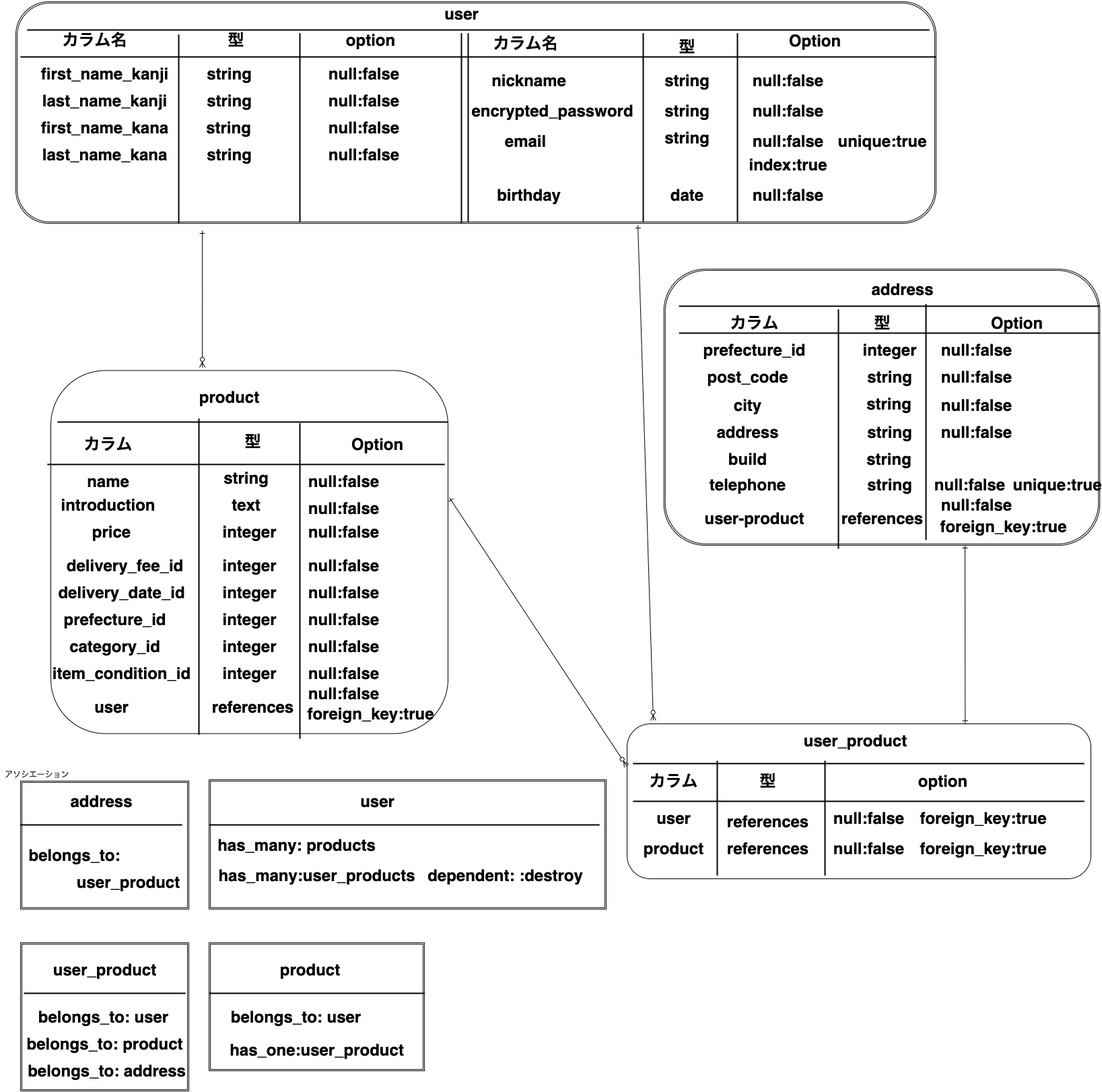
Earlier version of the draw.io export furima32413.png (Kaneko-Yukihiro0117/furima-32413). Source tidied: cells renumbered, new cells last; positions are measured from the earlier drawing's top-left corner, leaving out a move shared by most shapes.
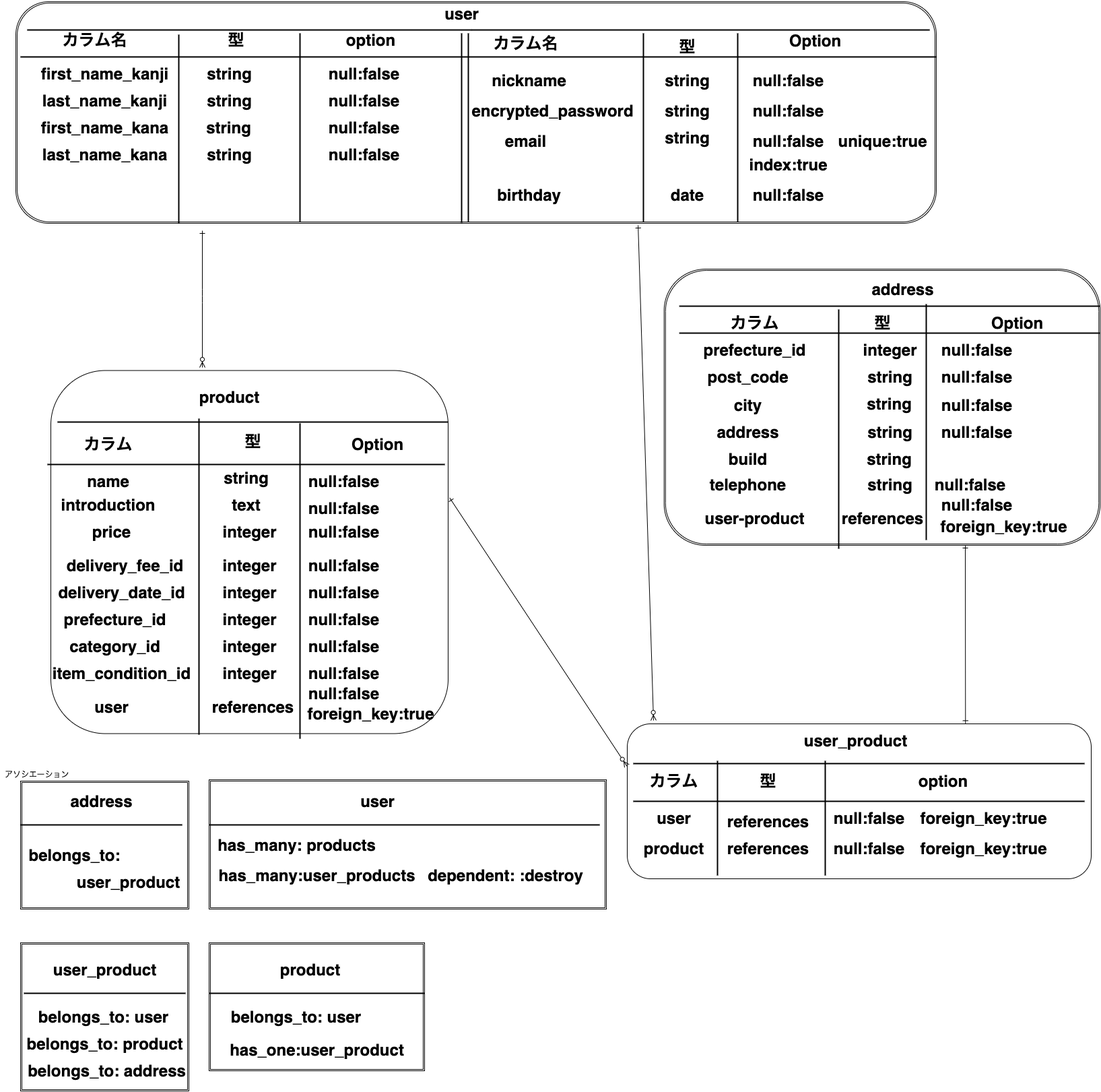
The same diagram one commit later.

Commit message:
DB設計の修正７のER図の訂正

What changed in the source:
```diff
@@ -182,9 +182,6 @@
     <mxCell id="60" value="null:false" style="text;strokeColor=none;fillColor=none;html=1;fontSize=24;fontStyle=1;verticalAlign=middle;align=center;" parent="1" vertex="1">
       <mxGeometry x="1400" y="729" width="100" height="40" as="geometry" />
     </mxCell>
-    <mxCell id="61" value="unique:true" style="text;strokeColor=none;fillColor=none;html=1;fontSize=24;fontStyle=1;verticalAlign=middle;align=center;" parent="1" vertex="1">
-      <mxGeometry x="1520" y="699" width="100" height="40" as="geometry" />
-    </mxCell>
     <mxCell id="62" style="rounded=1;whiteSpace=wrap;html=1;" parent="1" vertex="1">
       <mxGeometry x="75" y="549.5" width="590" height="539" as="geometry" />
     </mxCell>
```
